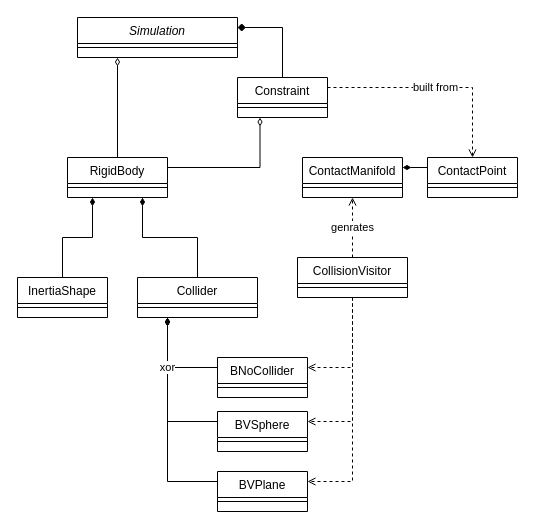
Earlier version of the draw.io diagram source/physics3d/docs/uml_diagram.drawio (NiklasReiche/yage). Source tidied: cells renumbered, new cells numbered last; positions are measured from the earlier drawing's top-left corner, leaving out a move shared by most shapes. Both pictures are drawn from the tidied source at 100%, with x=0, y=0 at pixel (17, 17).
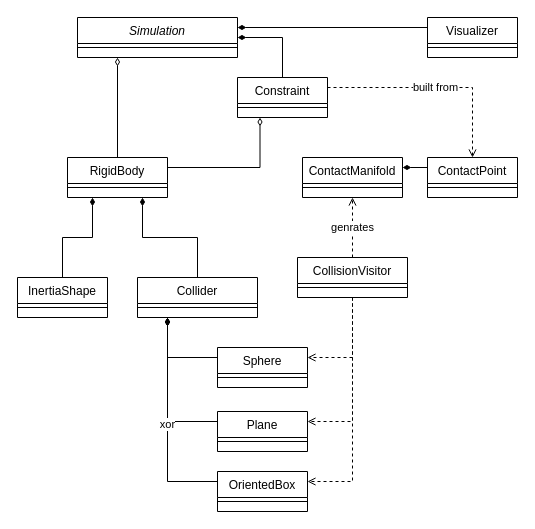
Above is the later version.

Unchanged cells that the change refers to:
```xml
<mxCell id="4" value="Simulation" style="swimlane;fontStyle=2;align=center;verticalAlign=top;horizontal=1;startSize=26;rounded=0;shadow=0;strokeWidth=1;" parent="1" vertex="1">
  <mxGeometry x="60" width="160" height="40" as="geometry" />
</mxCell>
<mxCell id="25" value="Constraint" style="swimlane;fontStyle=0;align=center;verticalAlign=top;horizontal=1;startSize=26;rounded=0;shadow=0;strokeWidth=1;" parent="1" vertex="1">
  <mxGeometry x="220" y="60" width="90" height="40" as="geometry" />
</mxCell>
<mxCell id="33" value="Collider" style="swimlane;fontStyle=0;align=center;verticalAlign=top;horizontal=1;startSize=26;rounded=0;shadow=0;strokeWidth=1;" parent="1" vertex="1">
  <mxGeometry x="120" y="260" width="120" height="40" as="geometry" />
</mxCell>
<mxCell id="36" value="CollisionVisitor" style="swimlane;fontStyle=0;align=center;verticalAlign=top;horizontal=1;startSize=26;rounded=0;shadow=0;strokeWidth=1;" parent="1" vertex="1">
  <mxGeometry x="280" y="240" width="110" height="40" as="geometry" />
</mxCell>
```

Change to the diagram source:
```diff
@@
-    <mxCell id="3" style="edgeStyle=orthogonalEdgeStyle;rounded=0;jettySize=auto;html=1;exitX=0.5;exitY=0;exitDx=0;exitDy=0;endArrow=diamond;endFill=1;entryX=1;entryY=0.25;entryDx=0;entryDy=0;" parent="1" edge="1" source="25" target="4">
+    <mxCell id="3" style="edgeStyle=orthogonalEdgeStyle;rounded=0;jettySize=auto;html=1;exitX=0.5;exitY=0;exitDx=0;exitDy=0;endArrow=diamondThin;endFill=1;entryX=1;entryY=0.5;entryDx=0;entryDy=0;" parent="1" edge="1" source="25" target="4">
       <mxGeometry relative="1" as="geometry" />
     </mxCell>
@@
-    <mxCell id="13" value="BVSphere" style="swimlane;fontStyle=0;align=center;verticalAlign=top;horizontal=1;startSize=26;rounded=0;shadow=0;strokeWidth=1;" parent="1" vertex="1">
+    <mxCell id="13" value="Plane" style="swimlane;fontStyle=0;align=center;verticalAlign=top;horizontal=1;startSize=26;rounded=0;shadow=0;strokeWidth=1;" parent="1" vertex="1">
       <mxGeometry x="200" y="394" width="90" height="40" as="geometry" />
     </mxCell>
@@
-    <mxCell id="15" style="edgeStyle=orthogonalEdgeStyle;rounded=0;jettySize=auto;html=1;entryX=0.25;entryY=1;entryDx=0;entryDy=0;endArrow=diamondThin;endFill=1;exitX=0;exitY=0.25;exitDx=0;exitDy=0;" parent="1" edge="1" source="17" target="33">
+    <mxCell id="15" value="xor" style="edgeStyle=orthogonalEdgeStyle;rounded=0;jettySize=auto;html=1;entryX=0.25;entryY=1;entryDx=0;entryDy=0;endArrow=diamondThin;endFill=1;exitX=0;exitY=0.25;exitDx=0;exitDy=0;" parent="1" edge="1" source="17" target="33">
       <mxGeometry relative="1" as="geometry">
         <Array as="points">
           <mxPoint x="150" y="464" />
         </Array>
       </mxGeometry>
     </mxCell>
@@
-    <mxCell id="17" value="BVPlane" style="swimlane;fontStyle=0;align=center;verticalAlign=top;horizontal=1;startSize=26;rounded=0;shadow=0;strokeWidth=1;" parent="1" vertex="1">
+    <mxCell id="17" value="OrientedBox" style="swimlane;fontStyle=0;align=center;verticalAlign=top;horizontal=1;startSize=26;rounded=0;shadow=0;strokeWidth=1;" parent="1" vertex="1">
       <mxGeometry x="200" y="454" width="90" height="40" as="geometry" />
     </mxCell>
@@
-    <mxCell id="19" value="xor" style="edgeStyle=orthogonalEdgeStyle;rounded=0;jettySize=auto;html=1;exitX=0;exitY=0.25;exitDx=0;exitDy=0;entryX=0.25;entryY=1;entryDx=0;entryDy=0;endArrow=diamondThin;endFill=1;" parent="1" edge="1" source="21" target="33">
-      <mxGeometry relative="1" as="geometry" />
+    <mxCell id="19" style="edgeStyle=orthogonalEdgeStyle;rounded=0;jettySize=auto;html=1;entryX=0.25;entryY=1;entryDx=0;entryDy=0;endArrow=diamondThin;endFill=1;exitX=0;exitY=0.25;exitDx=0;exitDy=0;" parent="1" edge="1" source="38" target="33">
+      <mxGeometry relative="1" as="geometry">
+        <Array as="points">
+          <mxPoint x="150" y="340" />
+        </Array>
+      </mxGeometry>
     </mxCell>
-    <mxCell id="20" style="edgeStyle=orthogonalEdgeStyle;rounded=0;jettySize=auto;html=1;entryX=1;entryY=0.25;entryDx=0;entryDy=0;endArrow=open;endFill=0;dashed=1;exitX=0.5;exitY=1;exitDx=0;exitDy=0;" parent="1" edge="1" source="36" target="21">
-      <mxGeometry relative="1" as="geometry" />
+    <mxCell id="20" style="edgeStyle=orthogonalEdgeStyle;rounded=0;jettySize=auto;html=1;entryX=1;entryY=0.25;entryDx=0;entryDy=0;endArrow=open;endFill=0;dashed=1;exitX=0.5;exitY=1;exitDx=0;exitDy=0;" parent="1" edge="1" source="36" target="38">
+      <mxGeometry relative="1" as="geometry">
+        <Array as="points">
+          <mxPoint x="335" y="340" />
+        </Array>
+      </mxGeometry>
     </mxCell>
-    <mxCell id="21" value="BNoCollider" style="swimlane;fontStyle=0;align=center;verticalAlign=top;horizontal=1;startSize=26;rounded=0;shadow=0;strokeWidth=1;" parent="1" vertex="1">
-      <mxGeometry x="200" y="340" width="90" height="40" as="geometry" />
-    </mxCell>
-    <mxCell id="22" style="line;html=1;strokeWidth=1;align=left;verticalAlign=middle;spacingTop=-1;spacingLeft=3;spacingRight=3;labelPosition=right;" parent="21" vertex="1">
-      <mxGeometry y="26" width="90" height="8" as="geometry" />
-    </mxCell>
@@
+    <mxCell id="38" value="Sphere" style="swimlane;fontStyle=0;align=center;verticalAlign=top;horizontal=1;startSize=26;rounded=0;shadow=0;strokeWidth=1;" parent="1" vertex="1">
+      <mxGeometry x="200" y="330" width="90" height="40" as="geometry" />
+    </mxCell>
+    <mxCell id="39" style="line;html=1;strokeWidth=1;align=left;verticalAlign=middle;spacingTop=-1;spacingLeft=3;spacingRight=3;labelPosition=right;" parent="38" vertex="1">
+      <mxGeometry y="26" width="90" height="8" as="geometry" />
+    </mxCell>
+    <mxCell id="40" style="edgeStyle=orthogonalEdgeStyle;rounded=0;jettySize=auto;html=1;exitX=0;exitY=0.25;exitDx=0;exitDy=0;entryX=1;entryY=0.25;entryDx=0;entryDy=0;endArrow=diamondThin;endFill=1;" parent="1" edge="1" source="41" target="4">
+      <mxGeometry relative="1" as="geometry" />
+    </mxCell>
+    <mxCell id="41" value="Visualizer" style="swimlane;fontStyle=0;align=center;verticalAlign=top;horizontal=1;startSize=26;rounded=0;shadow=0;strokeWidth=1;" parent="1" vertex="1">
+      <mxGeometry x="410" width="90" height="40" as="geometry" />
+    </mxCell>
+    <mxCell id="42" style="line;html=1;strokeWidth=1;align=left;verticalAlign=middle;spacingTop=-1;spacingLeft=3;spacingRight=3;labelPosition=right;" parent="41" vertex="1">
+      <mxGeometry y="26" width="90" height="8" as="geometry" />
+    </mxCell>
```
